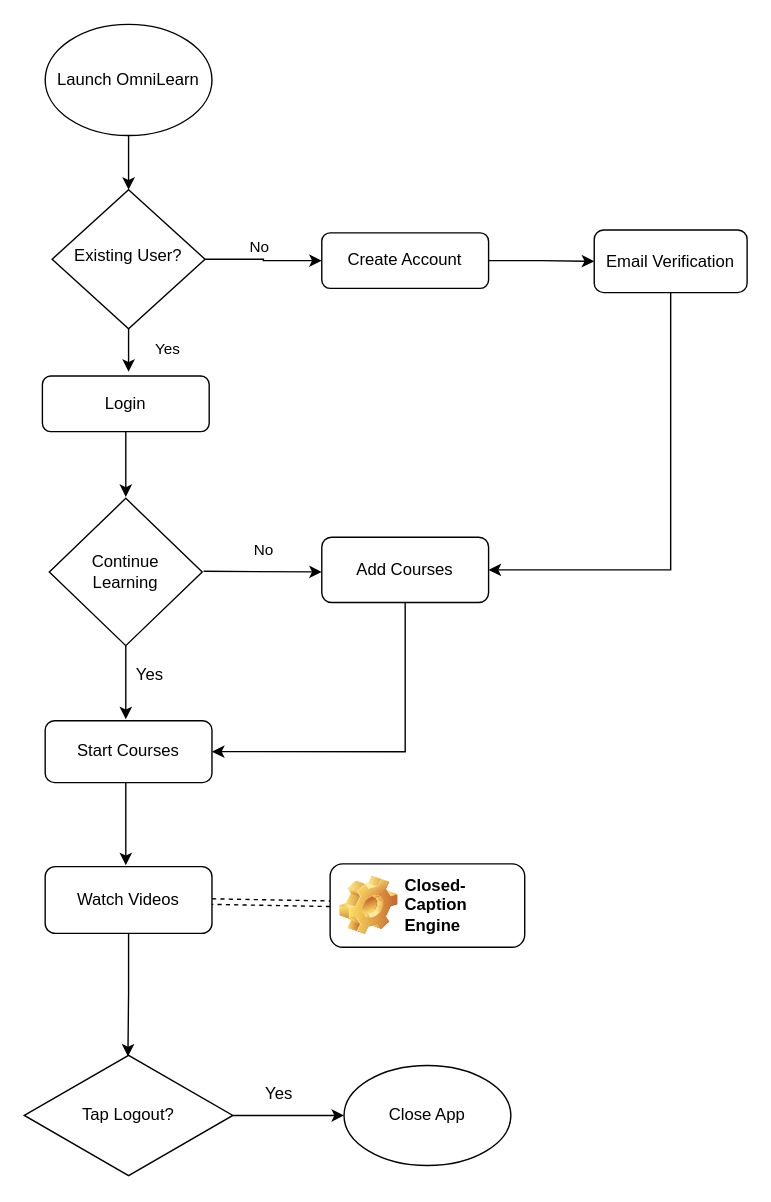
Above: TaskFlow.drawio in alagbesola/SideHustle-PM-4 (draw.io), before the change. Source tidied: cells renumbered, new cells numbered last; positions are measured from the earlier drawing's top-left corner, leaving out a move shared by most shapes. Both pictures are drawn from the tidied source at 139%, with x=0, y=0 at pixel (24, 24).
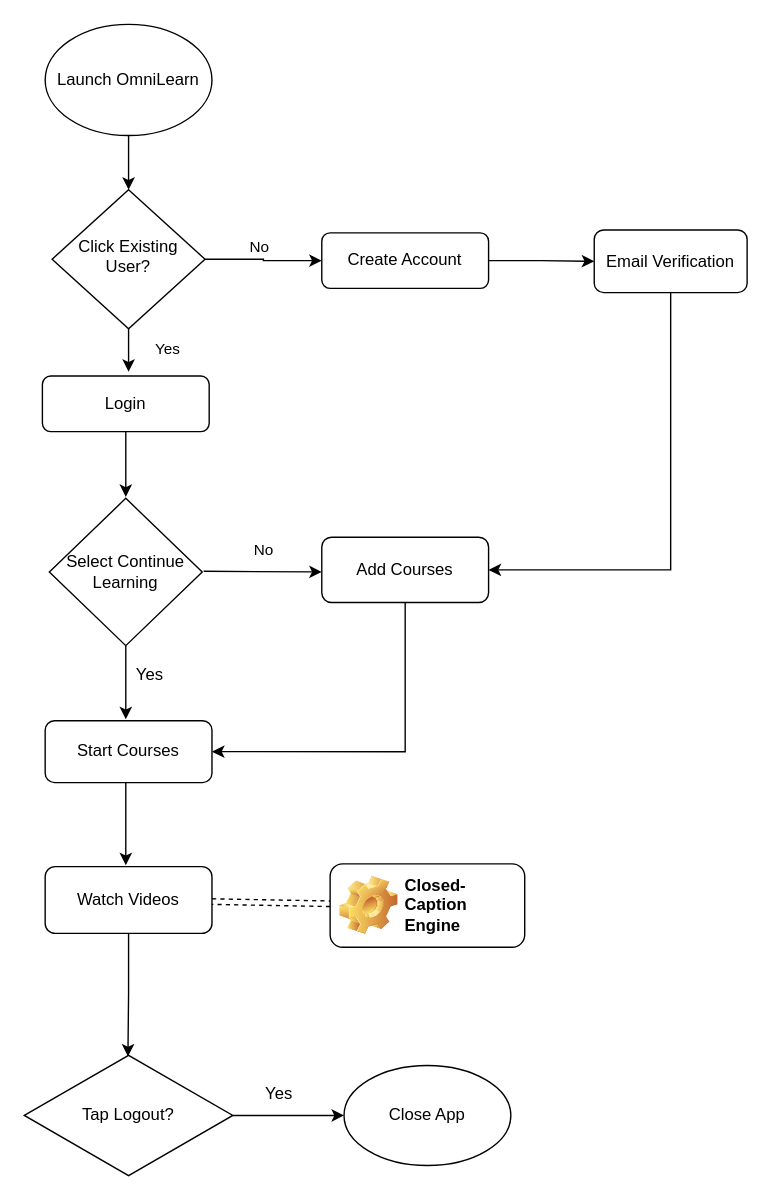
The same diagram, later.

Diff of the diagram source:
```diff
@@
-    <mxCell id="4" value="Existing User?" style="rhombus;whiteSpace=wrap;html=1;shadow=0;fontFamily=Helvetica;fontSize=12;align=center;strokeWidth=1;spacing=6;spacingTop=-4;" parent="1" vertex="1">
+    <mxCell id="4" value="Click Existing User?" style="rhombus;whiteSpace=wrap;html=1;shadow=0;fontFamily=Helvetica;fontSize=12;align=center;strokeWidth=1;spacing=6;spacingTop=-4;" parent="1" vertex="1">
       <mxGeometry x="20" y="119" width="110" height="100" as="geometry" />
     </mxCell>
@@
-    <mxCell id="11" value="Continue &lt;br&gt;Learning" style="rhombus;whiteSpace=wrap;html=1;" parent="1" vertex="1">
+    <mxCell id="11" value="Select Continue &lt;br&gt;Learning" style="rhombus;whiteSpace=wrap;html=1;" parent="1" vertex="1">
       <mxGeometry x="18" y="341" width="110" height="106" as="geometry" />
     </mxCell>
```
